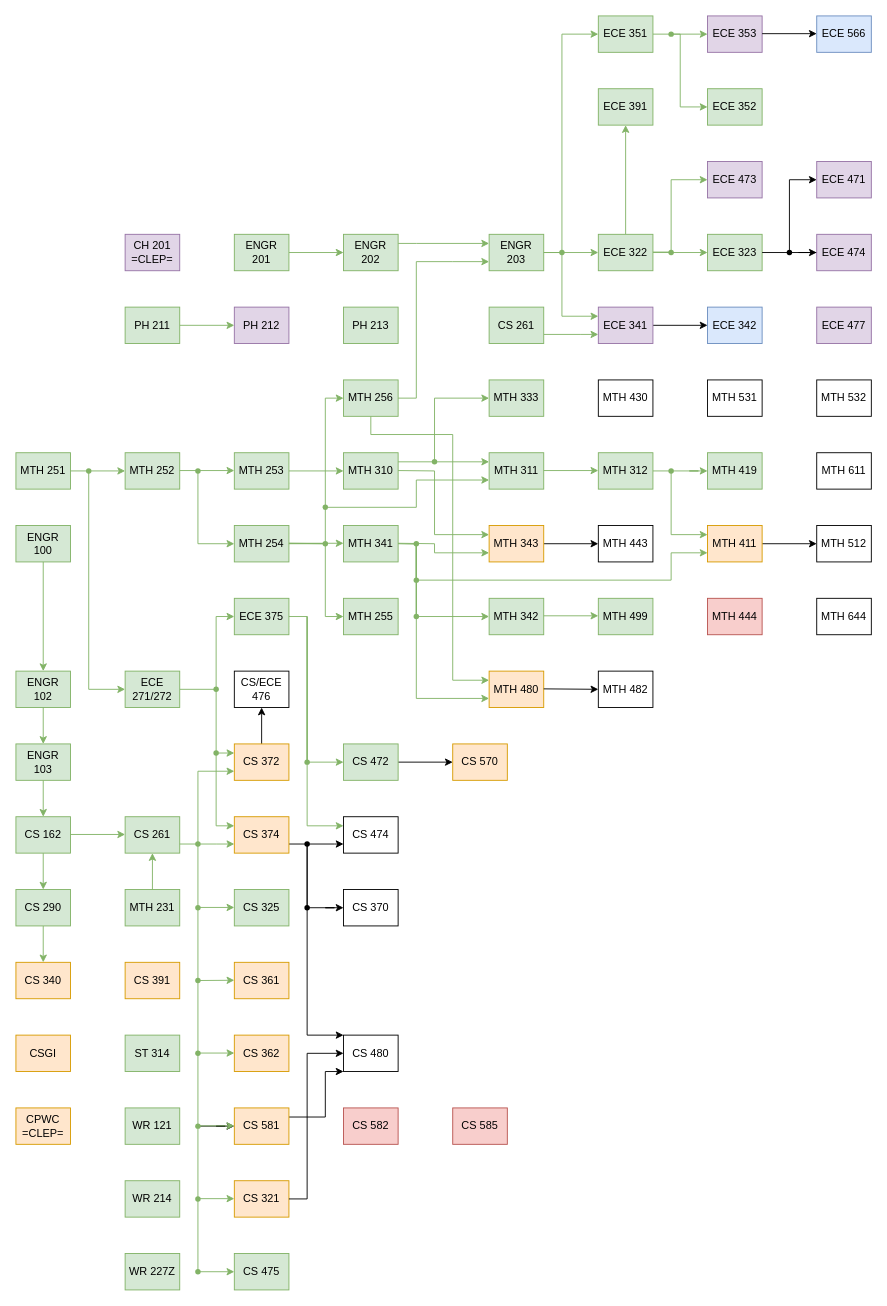
This is Classes.drawio from Jonas-Carew/Class-Flowchart, a draw.io file, before an edit. Source tidied: cells renumbered, new cells numbered last; positions are measured from the earlier drawing's top-left corner, leaving out a move shared by most shapes. Both pictures are drawn from the tidied source at 91%, with x=0, y=0 at pixel (15, 15).
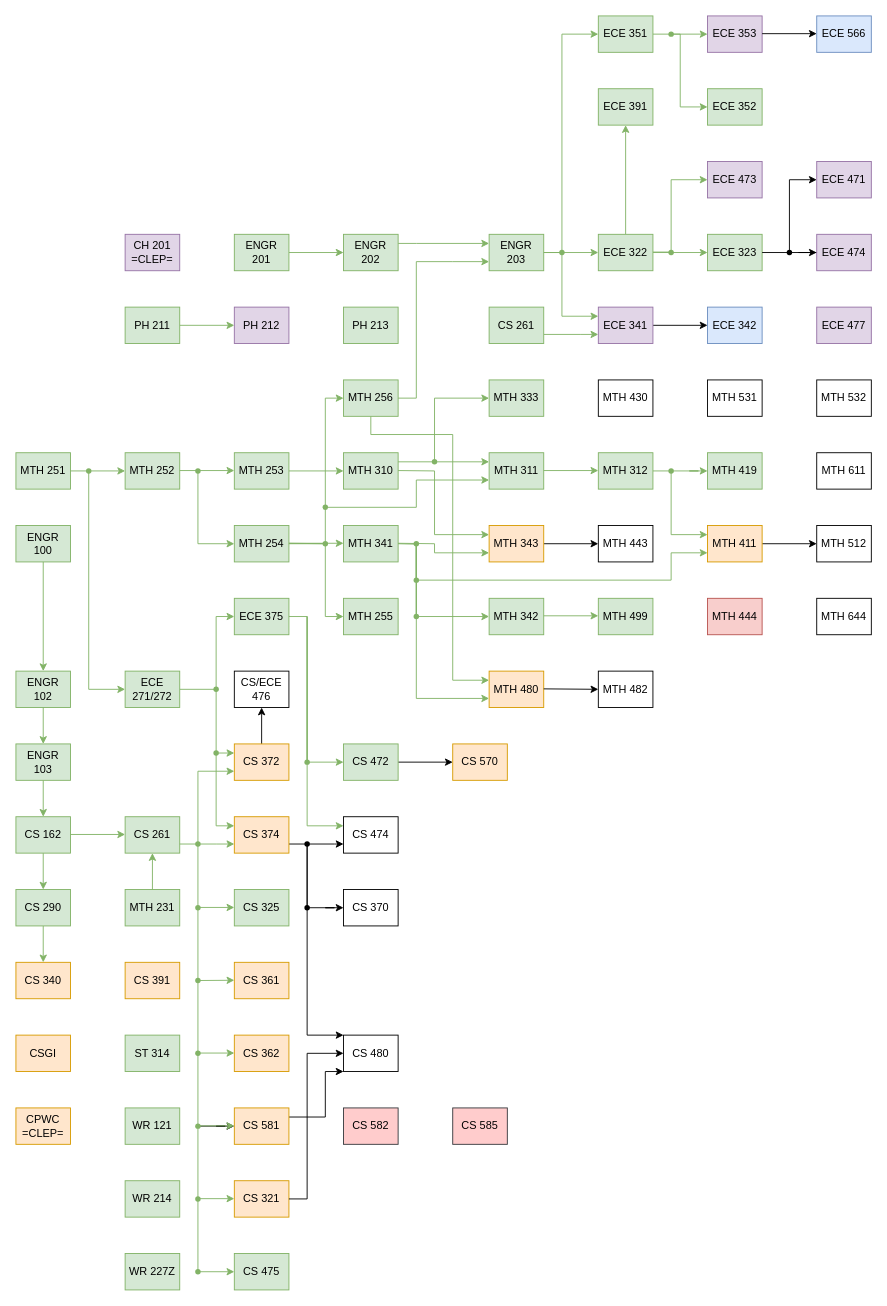
The same page after the edit.

Change to the diagram source:
```diff
@@
-    <mxCell id="175" value="&lt;div&gt;CS 582&lt;/div&gt;" style="rounded=0;whiteSpace=wrap;html=1;fillColor=#f8cecc;strokeColor=#b85450;" parent="1" vertex="1">
+    <mxCell id="175" value="&lt;div&gt;CS 582&lt;/div&gt;" style="rounded=0;whiteSpace=wrap;html=1;fillColor=#ffcccc;strokeColor=#36393d;" parent="1" vertex="1">
       <mxGeometry x="360" y="1200" width="60" height="40" as="geometry" />
     </mxCell>
-    <mxCell id="176" value="&lt;div&gt;CS 585&lt;/div&gt;" style="rounded=0;whiteSpace=wrap;html=1;fillColor=#f8cecc;strokeColor=#b85450;" parent="1" vertex="1">
+    <mxCell id="176" value="&lt;div&gt;CS 585&lt;/div&gt;" style="rounded=0;whiteSpace=wrap;html=1;fillColor=#ffcccc;strokeColor=#36393d;" parent="1" vertex="1">
       <mxGeometry x="480" y="1200" width="60" height="40" as="geometry" />
     </mxCell>
```
